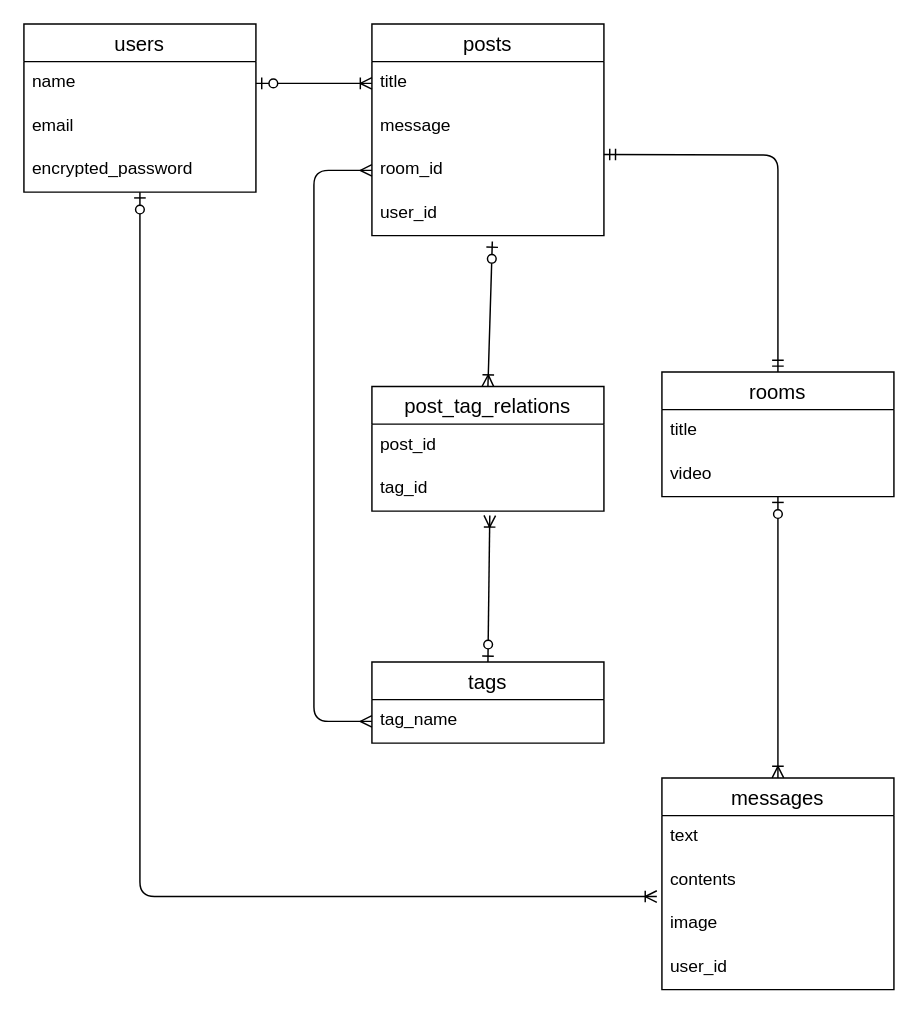
hagihara-eisuke02/CommuT-35544 keeps this draw.io diagram as db.dio. Above is the earlier version. Source tidied: cells renumbered, new cells numbered last; positions are measured from the earlier drawing's top-left corner, leaving out a move shared by most shapes. Both pictures are drawn from the tidied source at 145%, with x=0, y=0 at pixel (23, 23).
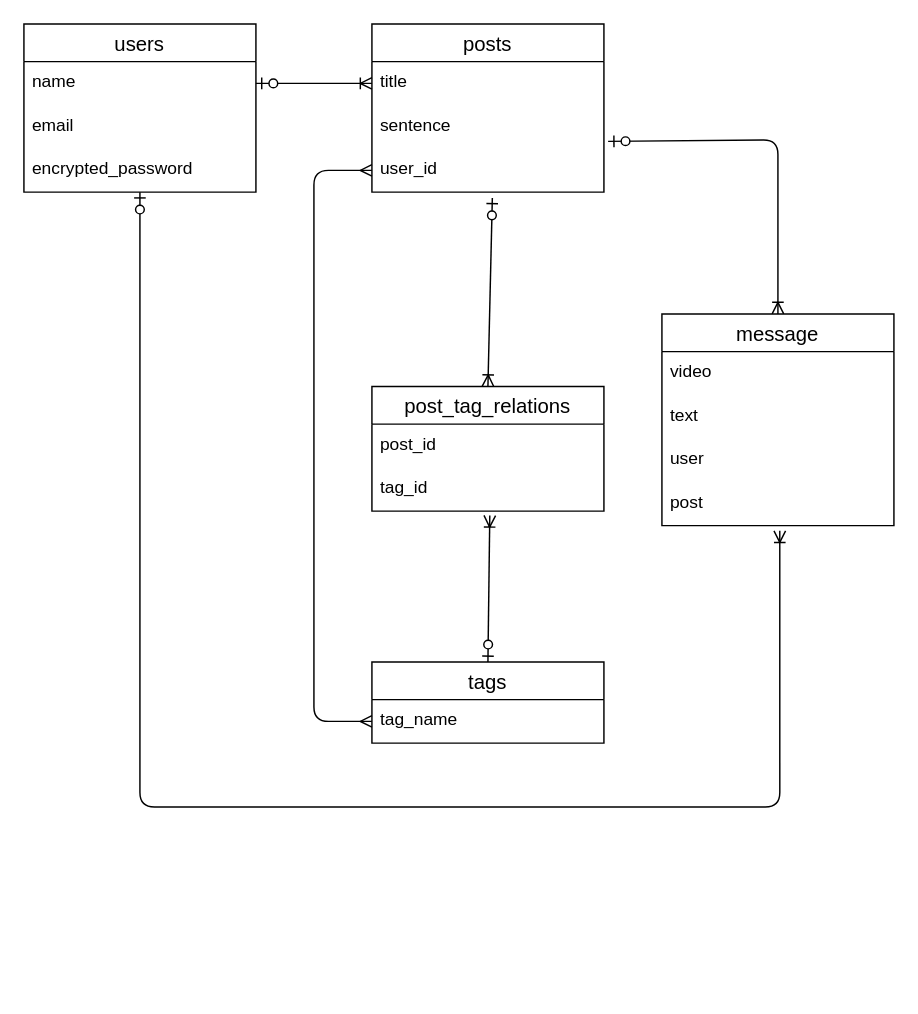
The same diagram, later.

Unchanged cells that the change refers to:
```xml
<mxCell id="3" value="tag_name" style="text;strokeColor=none;fillColor=none;spacingLeft=4;spacingRight=4;overflow=hidden;points=[[0,0.5],[1,0.5]];portConstraint=eastwest;fontSize=12;" parent="2" vertex="1">
  <mxGeometry y="26" width="160" height="30" as="geometry" />
</mxCell>
<mxCell id="13" value="users" style="swimlane;fontStyle=0;horizontal=1;startSize=26;align=center;fontSize=14;" parent="1" vertex="1">
  <mxGeometry width="160" height="116" as="geometry" />
</mxCell>
```

Change to the diagram source:
```diff
@@
-    <mxCell id="4" value="rooms" style="swimlane;fontStyle=0;horizontal=1;startSize=26;align=center;fontSize=14;" parent="1" vertex="1">
-      <mxGeometry x="440" y="240" width="160" height="86" as="geometry" />
-    </mxCell>
-    <mxCell id="5" value="title" style="text;strokeColor=none;fillColor=none;spacingLeft=4;spacingRight=4;overflow=hidden;fontSize=12;" parent="4" vertex="1">
-      <mxGeometry y="26" width="160" height="30" as="geometry" />
-    </mxCell>
-    <mxCell id="6" value="video" style="text;strokeColor=none;fillColor=none;spacingLeft=4;spacingRight=4;overflow=hidden;fontSize=12;" parent="4" vertex="1">
-      <mxGeometry y="56" width="160" height="30" as="geometry" />
-    </mxCell>
     <mxCell id="7" value="posts" style="swimlane;fontStyle=0;horizontal=1;startSize=26;align=center;fontSize=14;" parent="1" vertex="1">
-      <mxGeometry x="240" width="160" height="146" as="geometry" />
+      <mxGeometry x="240" width="160" height="116" as="geometry" />
     </mxCell>
@@
-    <mxCell id="9" value="message" style="text;strokeColor=none;fillColor=none;spacingLeft=4;spacingRight=4;overflow=hidden;fontSize=12;" parent="7" vertex="1">
+    <mxCell id="9" value="sentence" style="text;strokeColor=none;fillColor=none;spacingLeft=4;spacingRight=4;overflow=hidden;fontSize=12;" parent="7" vertex="1">
       <mxGeometry y="56" width="160" height="30" as="geometry" />
     </mxCell>
-    <mxCell id="10" value="room_id" style="text;strokeColor=none;fillColor=none;spacingLeft=4;spacingRight=4;overflow=hidden;points=[[0,0.5],[1,0.5]];portConstraint=eastwest;fontSize=12;" parent="7" vertex="1">
-      <mxGeometry y="86" width="160" height="30" as="geometry" />
-    </mxCell>
     <mxCell id="11" value="user_id" style="text;strokeColor=none;fillColor=none;spacingLeft=4;spacingRight=4;overflow=hidden;points=[[0,0.5],[1,0.5]];portConstraint=eastwest;fontSize=12;" parent="7" vertex="1">
-      <mxGeometry y="116" width="160" height="30" as="geometry" />
+      <mxGeometry y="86" width="160" height="30" as="geometry" />
     </mxCell>
@@
-    <mxCell id="22" style="edgeStyle=elbowEdgeStyle;fontSize=12;html=1;endArrow=ERmany;startArrow=ERmany;exitX=0;exitY=0.5;exitDx=0;exitDy=0;entryX=0;entryY=0.5;entryDx=0;entryDy=0;" parent="1" edge="1" source="3" target="10">
+    <mxCell id="22" style="edgeStyle=elbowEdgeStyle;fontSize=12;html=1;endArrow=ERmany;startArrow=ERmany;exitX=0;exitY=0.5;exitDx=0;exitDy=0;entryX=0;entryY=0.5;entryDx=0;entryDy=0;" parent="1" edge="1" source="3">
       <mxGeometry relative="1" as="geometry">
+        <mxPoint x="240" y="101" as="targetPoint" />
         <Array as="points">
           <mxPoint x="200" y="310" />
         </Array>
       </mxGeometry>
     </mxCell>
-    <mxCell id="23" style="edgeStyle=orthogonalEdgeStyle;fontSize=12;html=1;endArrow=ERmandOne;startArrow=ERmandOne;entryX=0.5;entryY=0;entryDx=0;entryDy=0;" parent="1" edge="1" target="4">
-      <mxGeometry relative="1" as="geometry">
-        <mxPoint x="400" y="90" as="sourcePoint" />
-      </mxGeometry>
-    </mxCell>
-    <mxCell id="24" value="messages" style="swimlane;fontStyle=0;horizontal=1;startSize=26;align=center;fontSize=14;" parent="1" vertex="1">
-      <mxGeometry x="440" y="520" width="160" height="146" as="geometry" />
-    </mxCell>
-    <mxCell id="25" value="text" style="text;strokeColor=none;fillColor=none;spacingLeft=4;spacingRight=4;overflow=hidden;fontSize=12;" parent="24" vertex="1">
-      <mxGeometry y="26" width="160" height="30" as="geometry" />
-    </mxCell>
-    <mxCell id="26" value="contents" style="text;strokeColor=none;fillColor=none;spacingLeft=4;spacingRight=4;overflow=hidden;points=[[0,0.5],[1,0.5]];portConstraint=eastwest;fontSize=12;" parent="24" vertex="1">
-      <mxGeometry y="56" width="160" height="30" as="geometry" />
-    </mxCell>
-    <mxCell id="27" value="image" style="text;strokeColor=none;fillColor=none;spacingLeft=4;spacingRight=4;overflow=hidden;fontSize=12;" parent="24" vertex="1">
-      <mxGeometry y="86" width="160" height="30" as="geometry" />
-    </mxCell>
-    <mxCell id="28" value="user_id" style="text;strokeColor=none;fillColor=none;spacingLeft=4;spacingRight=4;overflow=hidden;fontSize=12;" parent="24" vertex="1">
-      <mxGeometry y="116" width="160" height="30" as="geometry" />
-    </mxCell>
-    <mxCell id="29" style="fontSize=12;html=1;endArrow=ERoneToMany;startArrow=ERzeroToOne;entryX=0.5;entryY=0;entryDx=0;entryDy=0;exitX=0.5;exitY=1;exitDx=0;exitDy=0;" parent="1" edge="1" source="4" target="24">
-      <mxGeometry relative="1" as="geometry">
-        <Array as="points">
-          <mxPoint x="520" y="417" />
-        </Array>
-      </mxGeometry>
-    </mxCell>
-    <mxCell id="30" style="fontSize=12;html=1;endArrow=ERoneToMany;startArrow=ERzeroToOne;edgeStyle=orthogonalEdgeStyle;entryX=-0.022;entryY=0.86;entryDx=0;entryDy=0;entryPerimeter=0;exitX=0.5;exitY=1;exitDx=0;exitDy=0;" parent="1" edge="1" source="13" target="26">
-      <mxGeometry relative="1" as="geometry" />
+    <mxCell id="30" style="fontSize=12;html=1;endArrow=ERoneToMany;startArrow=ERzeroToOne;edgeStyle=orthogonalEdgeStyle;exitX=0.5;exitY=1;exitDx=0;exitDy=0;entryX=0.508;entryY=1.12;entryDx=0;entryDy=0;entryPerimeter=0;" parent="1" edge="1" source="13" target="35">
+      <mxGeometry relative="1" as="geometry">
+        <Array as="points">
+          <mxPoint x="80" y="540" />
+          <mxPoint x="521" y="540" />
+        </Array>
+      </mxGeometry>
     </mxCell>
@@
+    <mxCell id="32" style="fontSize=12;html=1;endArrow=ERoneToMany;startArrow=ERzeroToOne;exitX=1.018;exitY=-0.167;exitDx=0;exitDy=0;exitPerimeter=0;entryX=0.5;entryY=0;entryDx=0;entryDy=0;" parent="1" edge="1" target="33">
+      <mxGeometry relative="1" as="geometry">
+        <mxPoint x="402.9" y="81" as="sourcePoint" />
+        <Array as="points">
+          <mxPoint x="520" y="80" />
+        </Array>
+      </mxGeometry>
+    </mxCell>
+    <mxCell id="33" value="message" style="swimlane;fontStyle=0;horizontal=1;startSize=26;align=center;fontSize=14;" parent="1" vertex="1">
+      <mxGeometry x="440" y="200" width="160" height="146" as="geometry" />
+    </mxCell>
+    <mxCell id="6" value="video" style="text;strokeColor=none;fillColor=none;spacingLeft=4;spacingRight=4;overflow=hidden;fontSize=12;" parent="33" vertex="1">
+      <mxGeometry y="26" width="160" height="30" as="geometry" />
+    </mxCell>
+    <mxCell id="25" value="text" style="text;strokeColor=none;fillColor=none;spacingLeft=4;spacingRight=4;overflow=hidden;fontSize=12;" parent="33" vertex="1">
+      <mxGeometry y="56" width="160" height="30" as="geometry" />
+    </mxCell>
+    <mxCell id="34" value="user" style="text;strokeColor=none;fillColor=none;spacingLeft=4;spacingRight=4;overflow=hidden;fontSize=12;" parent="33" vertex="1">
+      <mxGeometry y="86" width="160" height="30" as="geometry" />
+    </mxCell>
+    <mxCell id="35" value="post" style="text;strokeColor=none;fillColor=none;spacingLeft=4;spacingRight=4;overflow=hidden;points=[[0,0.5],[1,0.5]];portConstraint=eastwest;fontSize=12;" parent="33" vertex="1">
+      <mxGeometry y="116" width="160" height="30" as="geometry" />
+    </mxCell>
```
